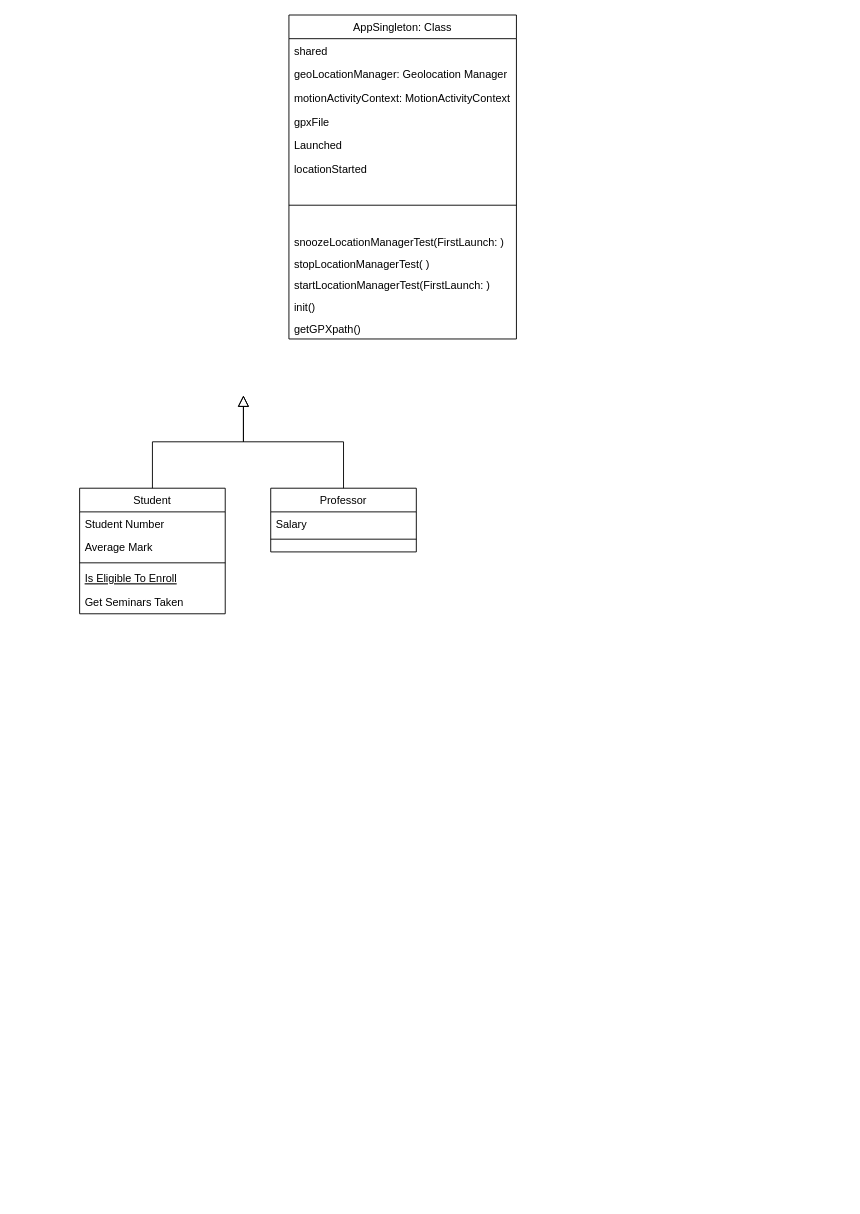
The draw.io diagram DemoClassDiagram.drawio in willdonlan8/test, before the edit. Source tidied: cells renumbered, new cells numbered last; positions are measured from the earlier drawing's top-left corner, leaving out a move shared by most shapes. Both pictures are drawn from the tidied source at 91%, with x=0, y=0 at pixel (79, 15).
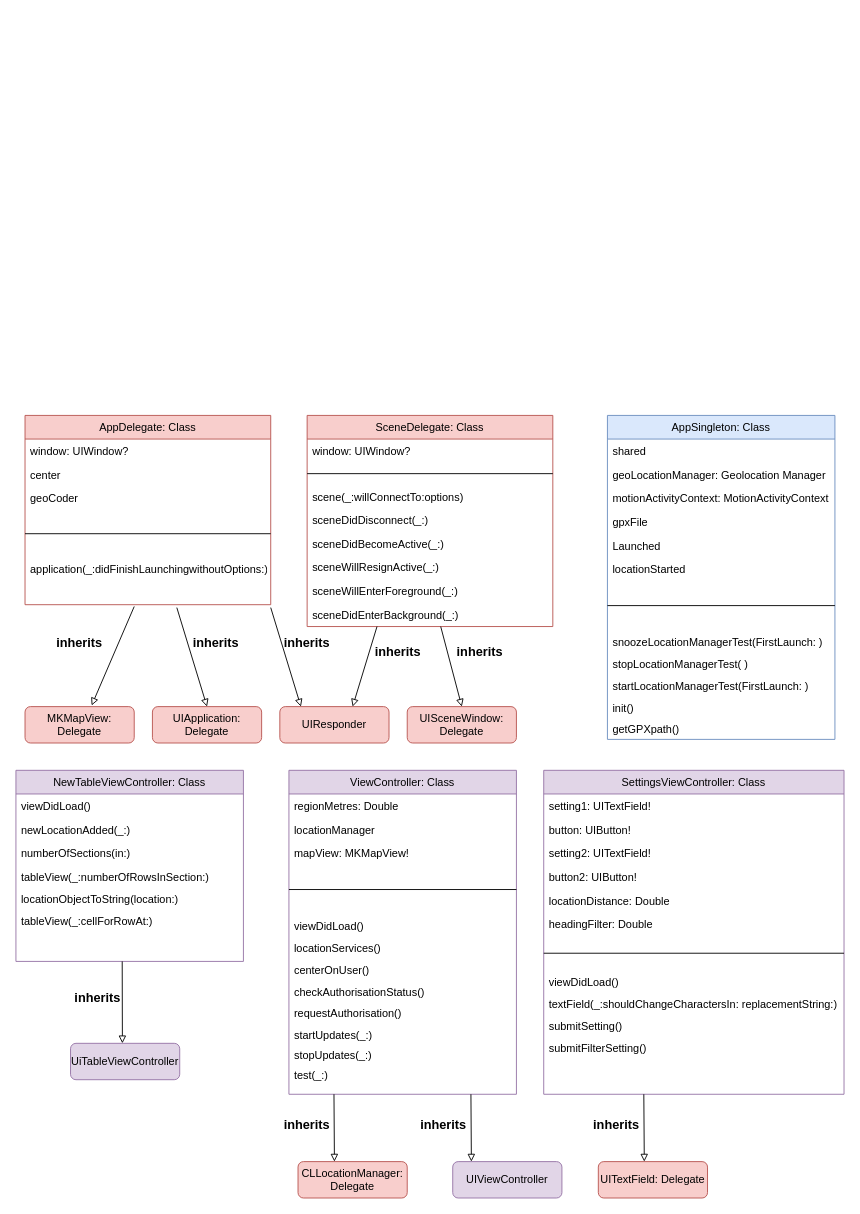
The same page after the edit.

Change to the diagram source:
```diff
@@
-    <mxCell id="2" value="Student" style="swimlane;fontStyle=0;align=center;verticalAlign=top;horizontal=1;startSize=26;rounded=0;shadow=0;strokeWidth=1;" parent="1" vertex="1">
-      <mxGeometry y="520" width="160" height="138" as="geometry" />
+    <mxCell id="2" value="AppDelegate: Class" style="swimlane;fontStyle=0;align=center;verticalAlign=top;horizontal=1;startSize=26;rounded=0;shadow=0;strokeWidth=1;fillColor=#f8cecc;strokeColor=#b85450;" parent="1" vertex="1">
+      <mxGeometry x="-60" y="440" width="270" height="208" as="geometry" />
     </mxCell>
-    <mxCell id="3" value="Student Number" style="text;align=left;verticalAlign=top;spacingLeft=4;spacingRight=4;overflow=hidden;" parent="2" vertex="1">
-      <mxGeometry y="26" width="160" height="26" as="geometry" />
+    <mxCell id="3" value="window: UIWindow?" style="text;align=left;verticalAlign=top;spacingLeft=4;spacingRight=4;overflow=hidden;" parent="2" vertex="1">
+      <mxGeometry y="26" width="270" height="26" as="geometry" />
     </mxCell>
-    <mxCell id="4" value="Average Mark" style="text;align=left;verticalAlign=top;spacingLeft=4;spacingRight=4;overflow=hidden;rounded=0;shadow=0;html=0;" parent="2" vertex="1">
-      <mxGeometry y="52" width="160" height="26" as="geometry" />
+    <mxCell id="4" value="center" style="text;align=left;verticalAlign=top;spacingLeft=4;spacingRight=4;overflow=hidden;rounded=0;shadow=0;html=0;" parent="2" vertex="1">
+      <mxGeometry y="52" width="270" height="26" as="geometry" />
     </mxCell>
+    <mxCell id="26" value="geoCoder" style="text;align=left;verticalAlign=top;spacingLeft=4;spacingRight=4;overflow=hidden;rounded=0;shadow=0;html=0;" parent="2" vertex="1">
+      <mxGeometry y="78" width="270" height="26" as="geometry" />
+    </mxCell>
     <mxCell id="5" style="line;html=1;strokeWidth=1;align=left;verticalAlign=middle;spacingTop=-1;spacingLeft=3;spacingRight=3;labelPosition=right;" parent="2" vertex="1">
-      <mxGeometry y="78" width="160" height="8" as="geometry" />
+      <mxGeometry y="104" width="270" height="52" as="geometry" />
     </mxCell>
-    <mxCell id="6" value="Is Eligible To Enroll" style="text;align=left;verticalAlign=top;spacingLeft=4;spacingRight=4;overflow=hidden;fontStyle=4;" parent="2" vertex="1">
-      <mxGeometry y="86" width="160" height="26" as="geometry" />
+    <mxCell id="6" value="application(_:didFinishLaunchingwithoutOptions:)" style="text;align=left;verticalAlign=top;spacingLeft=4;spacingRight=4;overflow=hidden;fontStyle=0;" parent="2" vertex="1">
+      <mxGeometry y="156" width="270" height="26" as="geometry" />
     </mxCell>
-    <mxCell id="7" value="Get Seminars Taken" style="text;align=left;verticalAlign=top;spacingLeft=4;spacingRight=4;overflow=hidden;" parent="2" vertex="1">
-      <mxGeometry y="112" width="160" height="26" as="geometry" />
-    </mxCell>
-    <mxCell id="8" style="endArrow=block;endSize=10;endFill=0;shadow=0;strokeWidth=1;rounded=0;edgeStyle=elbowEdgeStyle;elbow=vertical;" parent="1" edge="1" source="2">
-      <mxGeometry relative="1" as="geometry">
-        <mxPoint x="180" y="418" as="targetPoint" />
-      </mxGeometry>
-    </mxCell>
-    <mxCell id="9" value="Professor" style="swimlane;fontStyle=0;align=center;verticalAlign=top;horizontal=1;startSize=26;rounded=0;shadow=0;strokeWidth=1;" parent="1" vertex="1">
-      <mxGeometry x="210" y="520" width="160" height="70" as="geometry" />
-    </mxCell>
-    <mxCell id="10" value="Salary" style="text;align=left;verticalAlign=top;spacingLeft=4;spacingRight=4;overflow=hidden;" parent="9" vertex="1">
-      <mxGeometry y="26" width="160" height="26" as="geometry" />
-    </mxCell>
-    <mxCell id="11" style="line;html=1;strokeWidth=1;align=left;verticalAlign=middle;spacingTop=-1;spacingLeft=3;spacingRight=3;labelPosition=right;" parent="9" vertex="1">
-      <mxGeometry y="52" width="160" height="8" as="geometry" />
-    </mxCell>
-    <mxCell id="12" style="endArrow=block;endSize=10;endFill=0;shadow=0;strokeWidth=1;rounded=0;edgeStyle=elbowEdgeStyle;elbow=vertical;" parent="1" edge="1" source="9">
-      <mxGeometry relative="1" as="geometry">
-        <mxPoint x="180" y="418" as="targetPoint" />
-      </mxGeometry>
-    </mxCell>
-    <mxCell id="13" value="AppSingleton: Class" style="swimlane;fontStyle=0;align=center;verticalAlign=top;horizontal=1;startSize=26;rounded=0;shadow=0;strokeWidth=1;" parent="1" vertex="1">
-      <mxGeometry x="230" width="250" height="356" as="geometry" />
+    <mxCell id="13" value="AppSingleton: Class" style="swimlane;fontStyle=0;align=center;verticalAlign=top;horizontal=1;startSize=26;rounded=0;shadow=0;strokeWidth=1;fillColor=#dae8fc;strokeColor=#6c8ebf;" parent="1" vertex="1">
+      <mxGeometry x="580" y="440" width="250" height="356" as="geometry" />
     </mxCell>
@@
+    <mxCell id="27" value="SceneDelegate: Class" style="swimlane;fontStyle=0;align=center;verticalAlign=top;horizontal=1;startSize=26;rounded=0;shadow=0;strokeWidth=1;fillColor=#f8cecc;strokeColor=#b85450;" parent="1" vertex="1">
+      <mxGeometry x="250" y="440" width="270" height="232" as="geometry" />
+    </mxCell>
+    <mxCell id="28" value="window: UIWindow?" style="text;align=left;verticalAlign=top;spacingLeft=4;spacingRight=4;overflow=hidden;" parent="27" vertex="1">
+      <mxGeometry y="26" width="270" height="26" as="geometry" />
+    </mxCell>
+    <mxCell id="29" style="line;html=1;strokeWidth=1;align=left;verticalAlign=middle;spacingTop=-1;spacingLeft=3;spacingRight=3;labelPosition=right;" parent="27" vertex="1">
+      <mxGeometry y="52" width="270" height="24" as="geometry" />
+    </mxCell>
+    <mxCell id="30" value="scene(_:willConnectTo:options)&#10;" style="text;align=left;verticalAlign=top;spacingLeft=4;spacingRight=4;overflow=hidden;fontStyle=0;" parent="27" vertex="1">
+      <mxGeometry y="76" width="270" height="26" as="geometry" />
+    </mxCell>
+    <mxCell id="31" value="sceneDidDisconnect(_:)" style="text;align=left;verticalAlign=top;spacingLeft=4;spacingRight=4;overflow=hidden;fontStyle=0;" parent="27" vertex="1">
+      <mxGeometry y="102" width="270" height="26" as="geometry" />
+    </mxCell>
+    <mxCell id="32" value="sceneDidBecomeActive(_:)" style="text;align=left;verticalAlign=top;spacingLeft=4;spacingRight=4;overflow=hidden;fontStyle=0;" parent="27" vertex="1">
+      <mxGeometry y="128" width="270" height="26" as="geometry" />
+    </mxCell>
+    <mxCell id="33" value="sceneWillResignActive(_:)" style="text;align=left;verticalAlign=top;spacingLeft=4;spacingRight=4;overflow=hidden;fontStyle=0;" parent="27" vertex="1">
+      <mxGeometry y="154" width="270" height="26" as="geometry" />
+    </mxCell>
+    <mxCell id="34" value="sceneWillEnterForeground(_:)" style="text;align=left;verticalAlign=top;spacingLeft=4;spacingRight=4;overflow=hidden;fontStyle=0;" parent="27" vertex="1">
+      <mxGeometry y="180" width="270" height="26" as="geometry" />
+    </mxCell>
+    <mxCell id="35" value="sceneDidEnterBackground(_:)" style="text;align=left;verticalAlign=top;spacingLeft=4;spacingRight=4;overflow=hidden;fontStyle=0;" parent="27" vertex="1">
+      <mxGeometry y="206" width="270" height="26" as="geometry" />
+    </mxCell>
+    <mxCell id="36" value="MKMapView: Delegate" style="rounded=1;whiteSpace=wrap;html=1;fillColor=#f8cecc;strokeColor=#b85450;" parent="1" vertex="1">
+      <mxGeometry x="-60" y="760" width="120" height="40" as="geometry" />
+    </mxCell>
+    <mxCell id="37" value="UIApplication: Delegate" style="rounded=1;whiteSpace=wrap;html=1;fillColor=#f8cecc;strokeColor=#b85450;" parent="1" vertex="1">
+      <mxGeometry x="80" y="760" width="120" height="40" as="geometry" />
+    </mxCell>
+    <mxCell id="38" value="UIResponder" style="rounded=1;whiteSpace=wrap;html=1;fillColor=#f8cecc;strokeColor=#b85450;" parent="1" vertex="1">
+      <mxGeometry x="220" y="760" width="120" height="40" as="geometry" />
+    </mxCell>
+    <mxCell id="39" value="UISceneWindow: Delegate" style="rounded=1;whiteSpace=wrap;html=1;fillColor=#f8cecc;strokeColor=#b85450;" parent="1" vertex="1">
+      <mxGeometry x="360" y="760" width="120" height="40" as="geometry" />
+    </mxCell>
+    <mxCell id="40" style="endArrow=block;html=1;entryX=0.61;entryY=-0.031;entryDx=0;entryDy=0;entryPerimeter=0;endFill=0;strokeWidth=1;" parent="1" edge="1" target="36">
+      <mxGeometry relative="1" as="geometry">
+        <mxPoint x="60" y="650" as="sourcePoint" />
+      </mxGeometry>
+    </mxCell>
+    <mxCell id="41" style="endArrow=block;html=1;entryX=0.5;entryY=0;entryDx=0;entryDy=0;endFill=0;strokeWidth=1;" parent="1" edge="1" target="37">
+      <mxGeometry relative="1" as="geometry">
+        <mxPoint x="106.8" y="651.2" as="sourcePoint" />
+      </mxGeometry>
+    </mxCell>
+    <mxCell id="42" style="endArrow=block;html=1;entryX=0.5;entryY=0;entryDx=0;entryDy=0;endFill=0;strokeWidth=1;" parent="1" edge="1">
+      <mxGeometry relative="1" as="geometry">
+        <mxPoint x="210" y="651.2" as="sourcePoint" />
+        <mxPoint x="243.2" y="760" as="targetPoint" />
+      </mxGeometry>
+    </mxCell>
+    <mxCell id="43" style="endArrow=block;html=1;endFill=0;strokeWidth=1;" parent="1" edge="1">
+      <mxGeometry relative="1" as="geometry">
+        <mxPoint x="326.8" y="672" as="sourcePoint" />
+        <mxPoint x="300" y="760" as="targetPoint" />
+      </mxGeometry>
+    </mxCell>
+    <mxCell id="44" style="endArrow=block;html=1;endFill=0;strokeWidth=1;entryX=0.5;entryY=0;entryDx=0;entryDy=0;" parent="1" edge="1" target="39">
+      <mxGeometry relative="1" as="geometry">
+        <mxPoint x="396.8" y="672" as="sourcePoint" />
+      </mxGeometry>
+    </mxCell>
+    <mxCell id="45" value="ViewController: Class" style="swimlane;fontStyle=0;align=center;verticalAlign=top;horizontal=1;startSize=26;rounded=0;shadow=0;strokeWidth=1;fillColor=#e1d5e7;strokeColor=#9673a6;" parent="1" vertex="1">
+      <mxGeometry x="230" y="830" width="250" height="356" as="geometry" />
+    </mxCell>
+    <mxCell id="46" value="regionMetres: Double" style="text;align=left;verticalAlign=top;spacingLeft=4;spacingRight=4;overflow=hidden;" parent="45" vertex="1">
+      <mxGeometry y="26" width="250" height="26" as="geometry" />
+    </mxCell>
+    <mxCell id="47" value="locationManager" style="text;align=left;verticalAlign=top;spacingLeft=4;spacingRight=4;overflow=hidden;rounded=0;shadow=0;html=0;" parent="45" vertex="1">
+      <mxGeometry y="52" width="250" height="26" as="geometry" />
+    </mxCell>
+    <mxCell id="48" value="mapView: MKMapView!" style="text;align=left;verticalAlign=top;spacingLeft=4;spacingRight=4;overflow=hidden;rounded=0;shadow=0;html=0;" parent="45" vertex="1">
+      <mxGeometry y="78" width="250" height="26" as="geometry" />
+    </mxCell>
+    <mxCell id="49" style="line;html=1;strokeWidth=1;align=left;verticalAlign=middle;spacingTop=-1;spacingLeft=3;spacingRight=3;labelPosition=right;" parent="45" vertex="1">
+      <mxGeometry y="104" width="250" height="54" as="geometry" />
+    </mxCell>
+    <mxCell id="50" value="viewDidLoad()" style="text;align=left;verticalAlign=top;spacingLeft=4;spacingRight=4;overflow=hidden;rounded=0;shadow=0;html=0;" parent="45" vertex="1">
+      <mxGeometry y="158" width="250" height="24" as="geometry" />
+    </mxCell>
+    <mxCell id="51" value="locationServices()" style="text;align=left;verticalAlign=top;spacingLeft=4;spacingRight=4;overflow=hidden;rounded=0;shadow=0;html=0;" parent="45" vertex="1">
+      <mxGeometry y="182" width="250" height="24" as="geometry" />
+    </mxCell>
+    <mxCell id="52" value="centerOnUser()" style="text;align=left;verticalAlign=top;spacingLeft=4;spacingRight=4;overflow=hidden;rounded=0;shadow=0;html=0;" parent="45" vertex="1">
+      <mxGeometry y="206" width="250" height="24" as="geometry" />
+    </mxCell>
+    <mxCell id="53" value="checkAuthorisationStatus()" style="text;align=left;verticalAlign=top;spacingLeft=4;spacingRight=4;overflow=hidden;rounded=0;shadow=0;html=0;" parent="45" vertex="1">
+      <mxGeometry y="230" width="250" height="24" as="geometry" />
+    </mxCell>
+    <mxCell id="54" value="requestAuthorisation()" style="text;align=left;verticalAlign=top;spacingLeft=4;spacingRight=4;overflow=hidden;rounded=0;shadow=0;html=0;" parent="45" vertex="1">
+      <mxGeometry y="254" width="250" height="24" as="geometry" />
+    </mxCell>
+    <mxCell id="55" value="startUpdates(_:)" style="text;align=left;verticalAlign=top;spacingLeft=4;spacingRight=4;overflow=hidden;rounded=0;shadow=0;html=0;" parent="45" vertex="1">
+      <mxGeometry y="278" width="250" height="22" as="geometry" />
+    </mxCell>
+    <mxCell id="56" value="stopUpdates(_:)" style="text;align=left;verticalAlign=top;spacingLeft=4;spacingRight=4;overflow=hidden;rounded=0;shadow=0;html=0;" parent="45" vertex="1">
+      <mxGeometry y="300" width="250" height="22" as="geometry" />
+    </mxCell>
+    <mxCell id="57" value="test(_:)" style="text;align=left;verticalAlign=top;spacingLeft=4;spacingRight=4;overflow=hidden;rounded=0;shadow=0;html=0;" parent="45" vertex="1">
+      <mxGeometry y="322" width="250" height="22" as="geometry" />
+    </mxCell>
+    <mxCell id="58" value="NewTableViewController: Class" style="swimlane;fontStyle=0;align=center;verticalAlign=top;horizontal=1;startSize=26;rounded=0;shadow=0;strokeWidth=1;fillColor=#e1d5e7;strokeColor=#9673a6;" parent="1" vertex="1">
+      <mxGeometry x="-70" y="830" width="250" height="210" as="geometry" />
+    </mxCell>
+    <mxCell id="59" value="viewDidLoad()" style="text;align=left;verticalAlign=top;spacingLeft=4;spacingRight=4;overflow=hidden;" parent="58" vertex="1">
+      <mxGeometry y="26" width="250" height="26" as="geometry" />
+    </mxCell>
+    <mxCell id="60" value="newLocationAdded(_:)" style="text;align=left;verticalAlign=top;spacingLeft=4;spacingRight=4;overflow=hidden;rounded=0;shadow=0;html=0;" parent="58" vertex="1">
+      <mxGeometry y="52" width="250" height="26" as="geometry" />
+    </mxCell>
+    <mxCell id="61" value="numberOfSections(in:)" style="text;align=left;verticalAlign=top;spacingLeft=4;spacingRight=4;overflow=hidden;rounded=0;shadow=0;html=0;" parent="58" vertex="1">
+      <mxGeometry y="78" width="250" height="26" as="geometry" />
+    </mxCell>
+    <mxCell id="62" value="tableView(_:numberOfRowsInSection:)" style="text;align=left;verticalAlign=top;spacingLeft=4;spacingRight=4;overflow=hidden;rounded=0;shadow=0;html=0;" parent="58" vertex="1">
+      <mxGeometry y="104" width="250" height="24" as="geometry" />
+    </mxCell>
+    <mxCell id="63" value="locationObjectToString(location:)" style="text;align=left;verticalAlign=top;spacingLeft=4;spacingRight=4;overflow=hidden;rounded=0;shadow=0;html=0;" parent="58" vertex="1">
+      <mxGeometry y="128" width="250" height="24" as="geometry" />
+    </mxCell>
+    <mxCell id="64" value="tableView(_:cellForRowAt:)" style="text;align=left;verticalAlign=top;spacingLeft=4;spacingRight=4;overflow=hidden;rounded=0;shadow=0;html=0;" parent="58" vertex="1">
+      <mxGeometry y="152" width="250" height="24" as="geometry" />
+    </mxCell>
+    <mxCell id="65" value="SettingsViewController: Class" style="swimlane;fontStyle=0;align=center;verticalAlign=top;horizontal=1;startSize=26;rounded=0;shadow=0;strokeWidth=1;fillColor=#e1d5e7;strokeColor=#9673a6;" parent="1" vertex="1">
+      <mxGeometry x="510" y="830" width="330" height="356" as="geometry" />
+    </mxCell>
+    <mxCell id="66" value="setting1: UITextField!" style="text;align=left;verticalAlign=top;spacingLeft=4;spacingRight=4;overflow=hidden;" parent="65" vertex="1">
+      <mxGeometry y="26" width="330" height="26" as="geometry" />
+    </mxCell>
+    <mxCell id="67" value="button: UIButton!" style="text;align=left;verticalAlign=top;spacingLeft=4;spacingRight=4;overflow=hidden;rounded=0;shadow=0;html=0;" parent="65" vertex="1">
+      <mxGeometry y="52" width="330" height="26" as="geometry" />
+    </mxCell>
+    <mxCell id="68" value="setting2: UITextField!" style="text;align=left;verticalAlign=top;spacingLeft=4;spacingRight=4;overflow=hidden;rounded=0;shadow=0;html=0;" parent="65" vertex="1">
+      <mxGeometry y="78" width="330" height="26" as="geometry" />
+    </mxCell>
+    <mxCell id="69" value="button2: UIButton!" style="text;align=left;verticalAlign=top;spacingLeft=4;spacingRight=4;overflow=hidden;rounded=0;shadow=0;html=0;" parent="65" vertex="1">
+      <mxGeometry y="104" width="330" height="26" as="geometry" />
+    </mxCell>
+    <mxCell id="70" value="locationDistance: Double" style="text;align=left;verticalAlign=top;spacingLeft=4;spacingRight=4;overflow=hidden;rounded=0;shadow=0;html=0;" parent="65" vertex="1">
+      <mxGeometry y="130" width="330" height="26" as="geometry" />
+    </mxCell>
+    <mxCell id="71" value="headingFilter: Double" style="text;align=left;verticalAlign=top;spacingLeft=4;spacingRight=4;overflow=hidden;rounded=0;shadow=0;html=0;" parent="65" vertex="1">
+      <mxGeometry y="156" width="330" height="26" as="geometry" />
+    </mxCell>
+    <mxCell id="72" style="line;html=1;strokeWidth=1;align=left;verticalAlign=middle;spacingTop=-1;spacingLeft=3;spacingRight=3;labelPosition=right;" parent="65" vertex="1">
+      <mxGeometry y="182" width="330" height="38" as="geometry" />
+    </mxCell>
+    <mxCell id="73" value="viewDidLoad()" style="text;align=left;verticalAlign=top;spacingLeft=4;spacingRight=4;overflow=hidden;rounded=0;shadow=0;html=0;" parent="65" vertex="1">
+      <mxGeometry y="220" width="330" height="24" as="geometry" />
+    </mxCell>
+    <mxCell id="74" value="textField(_:shouldChangeCharactersIn: replacementString:)" style="text;align=left;verticalAlign=top;spacingLeft=4;spacingRight=4;overflow=hidden;rounded=0;shadow=0;html=0;" parent="65" vertex="1">
+      <mxGeometry y="244" width="330" height="24" as="geometry" />
+    </mxCell>
+    <mxCell id="75" value="submitSetting()" style="text;align=left;verticalAlign=top;spacingLeft=4;spacingRight=4;overflow=hidden;rounded=0;shadow=0;html=0;" parent="65" vertex="1">
+      <mxGeometry y="268" width="330" height="24" as="geometry" />
+    </mxCell>
+    <mxCell id="76" value="submitFilterSetting()" style="text;align=left;verticalAlign=top;spacingLeft=4;spacingRight=4;overflow=hidden;rounded=0;shadow=0;html=0;" parent="65" vertex="1">
+      <mxGeometry y="292" width="330" height="24" as="geometry" />
+    </mxCell>
+    <mxCell id="77" value="UiTableViewController" style="rounded=1;whiteSpace=wrap;html=1;fillColor=#e1d5e7;strokeColor=#9673a6;" parent="1" vertex="1">
+      <mxGeometry x="-10" y="1130" width="120" height="40" as="geometry" />
+    </mxCell>
+    <mxCell id="78" value="CLLocationManager: Delegate" style="rounded=1;whiteSpace=wrap;html=1;fillColor=#f8cecc;strokeColor=#b85450;" parent="1" vertex="1">
+      <mxGeometry x="240" y="1260" width="120" height="40" as="geometry" />
+    </mxCell>
+    <mxCell id="79" value="UIViewController" style="rounded=1;whiteSpace=wrap;html=1;fillColor=#e1d5e7;strokeColor=#9673a6;" parent="1" vertex="1">
+      <mxGeometry x="410" y="1260" width="120" height="40" as="geometry" />
+    </mxCell>
+    <mxCell id="80" value="UITextField: Delegate" style="rounded=1;whiteSpace=wrap;html=1;fillColor=#f8cecc;strokeColor=#b85450;" parent="1" vertex="1">
+      <mxGeometry x="570" y="1260" width="120" height="40" as="geometry" />
+    </mxCell>
+    <mxCell id="81" style="endArrow=block;html=1;endFill=0;strokeWidth=1;" parent="1" edge="1">
+      <mxGeometry relative="1" as="geometry">
+        <mxPoint x="46.8" y="1040" as="sourcePoint" />
+        <mxPoint x="47" y="1130" as="targetPoint" />
+      </mxGeometry>
+    </mxCell>
+    <mxCell id="82" style="endArrow=block;html=1;endFill=0;strokeWidth=1;" parent="1" edge="1">
+      <mxGeometry relative="1" as="geometry">
+        <mxPoint x="279.5" y="1186" as="sourcePoint" />
+        <mxPoint x="280" y="1260" as="targetPoint" />
+      </mxGeometry>
+    </mxCell>
+    <mxCell id="83" style="endArrow=block;html=1;endFill=0;strokeWidth=1;" parent="1" edge="1">
+      <mxGeometry relative="1" as="geometry">
+        <mxPoint x="430" y="1186" as="sourcePoint" />
+        <mxPoint x="430.5" y="1260" as="targetPoint" />
+      </mxGeometry>
+    </mxCell>
+    <mxCell id="84" style="endArrow=block;html=1;endFill=0;strokeWidth=1;" parent="1" edge="1">
+      <mxGeometry relative="1" as="geometry">
+        <mxPoint x="620" y="1186" as="sourcePoint" />
+        <mxPoint x="620.5" y="1260" as="targetPoint" />
+      </mxGeometry>
+    </mxCell>
+    <mxCell id="85" value="&lt;b&gt;&lt;font style=&quot;font-size: 14px&quot;&gt;inherits&lt;/font&gt;&lt;/b&gt;" style="text;html=1;strokeColor=none;fillColor=none;align=center;verticalAlign=middle;whiteSpace=wrap;rounded=0;" parent="1" vertex="1">
+      <mxGeometry x="-20" y="680" width="40" height="20" as="geometry" />
+    </mxCell>
+    <mxCell id="86" value="&lt;b&gt;&lt;font style=&quot;font-size: 14px&quot;&gt;inherits&lt;/font&gt;&lt;/b&gt;" style="text;html=1;strokeColor=none;fillColor=none;align=center;verticalAlign=middle;whiteSpace=wrap;rounded=0;" parent="1" vertex="1">
+      <mxGeometry x="130" y="680" width="40" height="20" as="geometry" />
+    </mxCell>
+    <mxCell id="87" value="&lt;b&gt;&lt;font style=&quot;font-size: 14px&quot;&gt;inherits&lt;/font&gt;&lt;/b&gt;" style="text;html=1;strokeColor=none;fillColor=none;align=center;verticalAlign=middle;whiteSpace=wrap;rounded=0;" parent="1" vertex="1">
+      <mxGeometry x="230" y="680" width="40" height="20" as="geometry" />
+    </mxCell>
+    <mxCell id="88" value="&lt;b&gt;&lt;font style=&quot;font-size: 14px&quot;&gt;inherits&lt;/font&gt;&lt;/b&gt;" style="text;html=1;strokeColor=none;fillColor=none;align=center;verticalAlign=middle;whiteSpace=wrap;rounded=0;" parent="1" vertex="1">
+      <mxGeometry x="330" y="690" width="40" height="20" as="geometry" />
+    </mxCell>
+    <mxCell id="89" value="&lt;b&gt;&lt;font style=&quot;font-size: 14px&quot;&gt;inherits&lt;/font&gt;&lt;/b&gt;" style="text;html=1;strokeColor=none;fillColor=none;align=center;verticalAlign=middle;whiteSpace=wrap;rounded=0;" parent="1" vertex="1">
+      <mxGeometry x="420" y="690" width="40" height="20" as="geometry" />
+    </mxCell>
+    <mxCell id="90" value="&lt;b&gt;&lt;font style=&quot;font-size: 14px&quot;&gt;inherits&lt;/font&gt;&lt;/b&gt;" style="text;html=1;strokeColor=none;fillColor=none;align=center;verticalAlign=middle;whiteSpace=wrap;rounded=0;" parent="1" vertex="1">
+      <mxGeometry y="1070" width="40" height="20" as="geometry" />
+    </mxCell>
+    <mxCell id="91" value="&lt;b&gt;&lt;font style=&quot;font-size: 14px&quot;&gt;inherits&lt;/font&gt;&lt;/b&gt;" style="text;html=1;strokeColor=none;fillColor=none;align=center;verticalAlign=middle;whiteSpace=wrap;rounded=0;" parent="1" vertex="1">
+      <mxGeometry x="230" y="1210" width="40" height="20" as="geometry" />
+    </mxCell>
+    <mxCell id="92" value="&lt;b&gt;&lt;font style=&quot;font-size: 14px&quot;&gt;inherits&lt;/font&gt;&lt;/b&gt;" style="text;html=1;strokeColor=none;fillColor=none;align=center;verticalAlign=middle;whiteSpace=wrap;rounded=0;" parent="1" vertex="1">
+      <mxGeometry x="380" y="1210" width="40" height="20" as="geometry" />
+    </mxCell>
+    <mxCell id="93" value="&lt;b&gt;&lt;font style=&quot;font-size: 14px&quot;&gt;inherits&lt;/font&gt;&lt;/b&gt;" style="text;html=1;strokeColor=none;fillColor=none;align=center;verticalAlign=middle;whiteSpace=wrap;rounded=0;" parent="1" vertex="1">
+      <mxGeometry x="570" y="1210" width="40" height="20" as="geometry" />
+    </mxCell>
```
